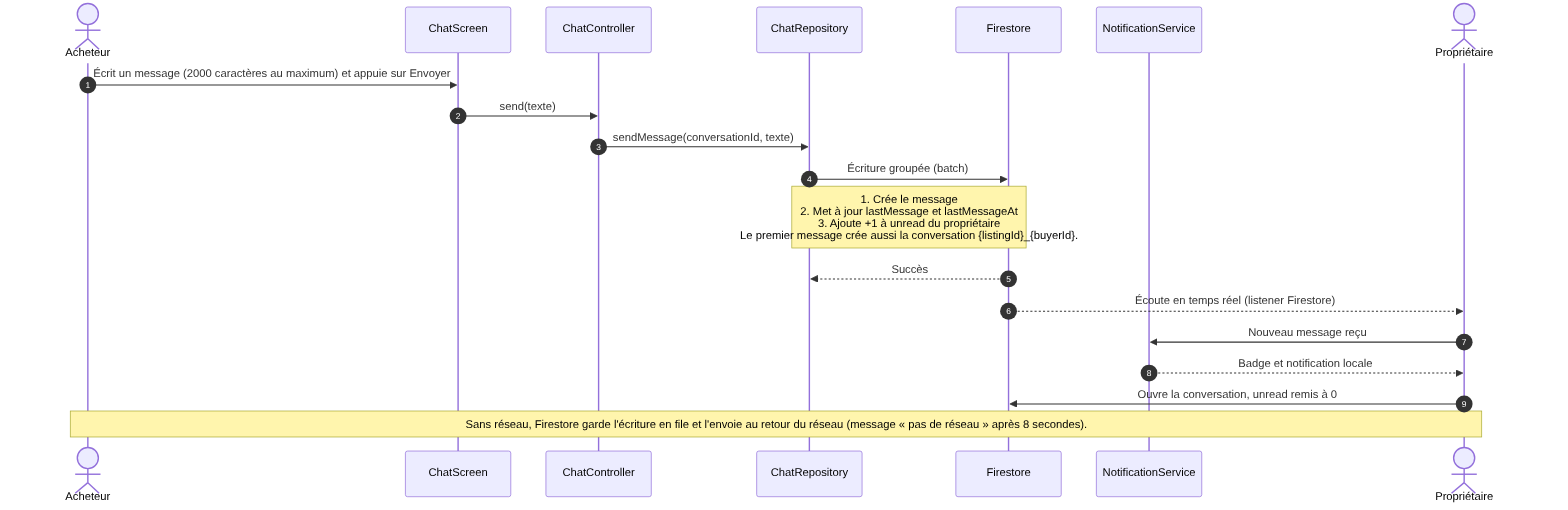
Before: docs/uml/sequence-envoyer-message.png, a diagram exported from Mermaid (saadaouiMahmoud55/vesta). Its source is kept beside it as docs/uml/sequence-envoyer-message.mmd.
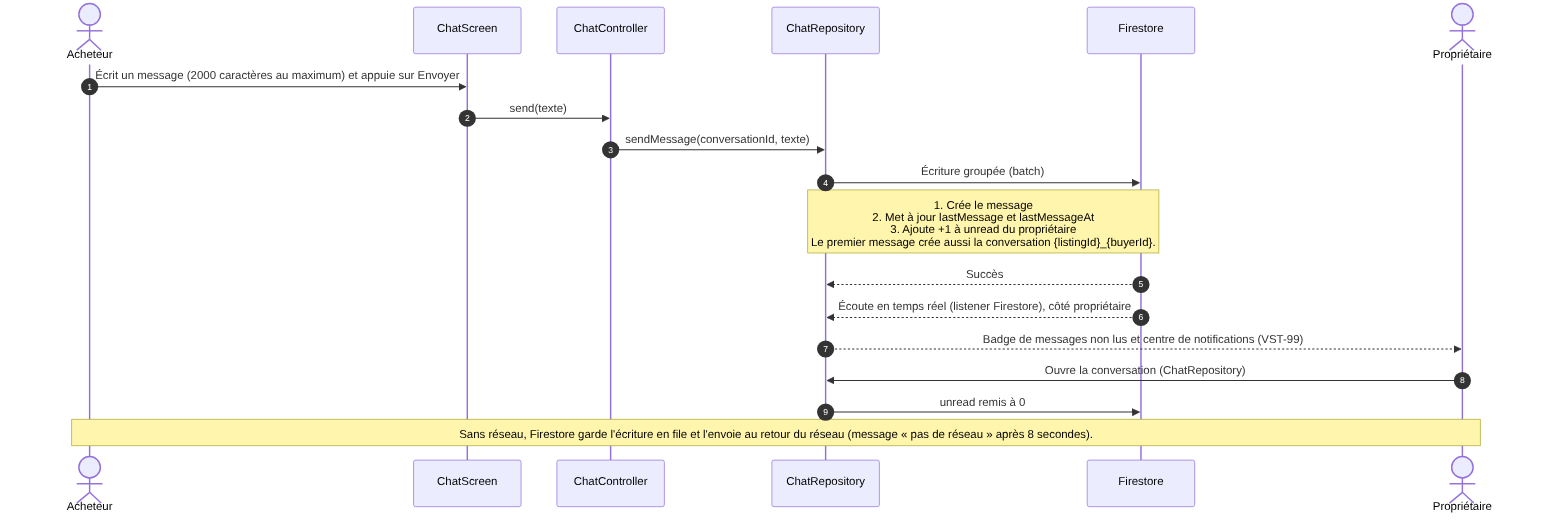
Later version of the same file.

Commit message:
docs: remplace NotificationService par le centre de notifications réel (VST-99), séquence du message via ChatRepository

What changed in the source:
```diff
@@ -5,7 +5,6 @@
   participant C as ChatController
   participant R as ChatRepository
   participant F as Firestore
-  participant NS as NotificationService
   actor O as Propriétaire
   A->>S: Écrit un message (2000 caractères au maximum) et appuie sur Envoyer
   S->>C: send(texte)
@@ -13,8 +12,8 @@
   R->>F: Écriture groupée (batch)
   Note over R,F: 1. Crée le message<br/>2. Met à jour lastMessage et lastMessageAt<br/>3. Ajoute +1 à unread du propriétaire<br/>Le premier message crée aussi la conversation {listingId}_{buyerId}.
   F-->>R: Succès
-  F-->>O: Écoute en temps réel (listener Firestore)
-  O->>NS: Nouveau message reçu
-  NS-->>O: Badge et notification locale
-  O->>F: Ouvre la conversation, unread remis à 0
+  F-->>R: Écoute en temps réel (listener Firestore), côté propriétaire
+  R-->>O: Badge de messages non lus et centre de notifications (VST-99)
+  O->>R: Ouvre la conversation (ChatRepository)
+  R->>F: unread remis à 0
   Note over A,O: Sans réseau, Firestore garde l'écriture en file et l'envoie au retour du réseau (message « pas de réseau » après 8 secondes).
```
